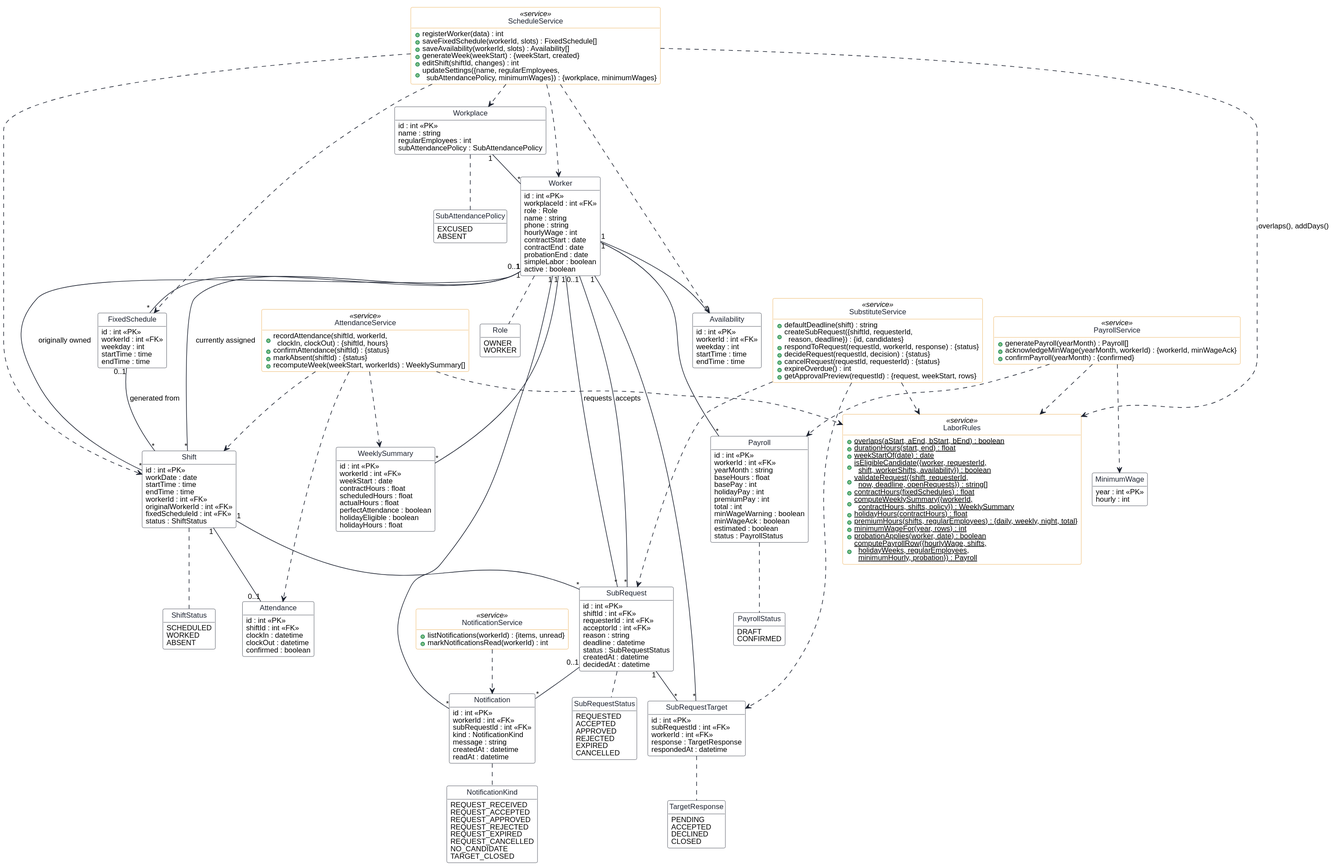
keemlogan/shiftswap keeps this PlantUML diagram as uml/class.svg. Above is the earlier version.
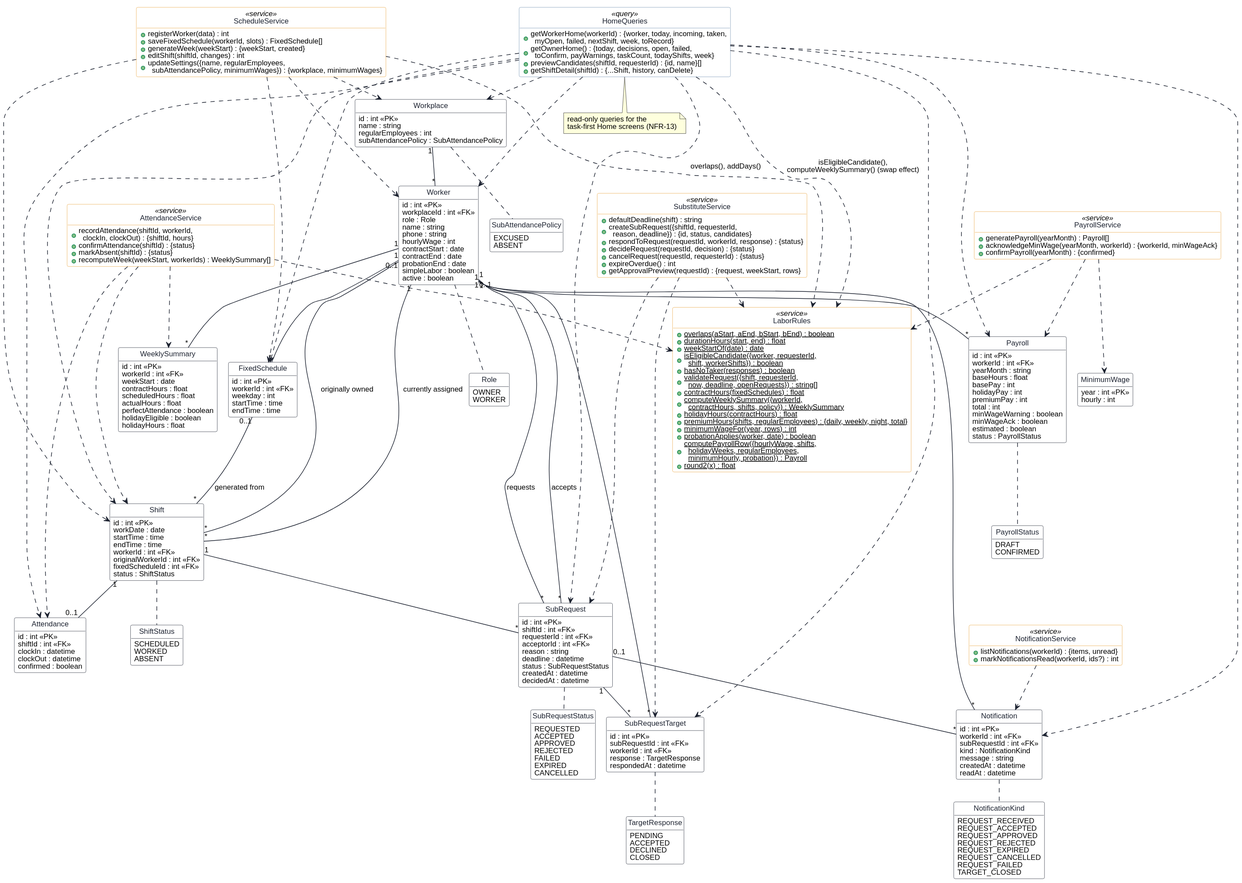
After the commit.

The edit, as a diff of the source:
```diff
@@ -13,6 +13,10 @@
 skinparam class<<service>> {
   BackgroundColor #FFFFFF
   BorderColor #E9A23B
+}
+skinparam class<<query>> {
+  BackgroundColor #FFFFFF
+  BorderColor #6B8CAE
 }
 hide circle
 hide empty members
@@ -35,6 +39,7 @@
   ACCEPTED
   APPROVED
   REJECTED
+  FAILED
   EXPIRED
   CANCELLED
 }
@@ -55,7 +60,7 @@
   REQUEST_REJECTED
   REQUEST_EXPIRED
   REQUEST_CANCELLED
-  NO_CANDIDATE
+  REQUEST_FAILED
   TARGET_CLOSED
 }
 
@@ -81,14 +86,6 @@
 }
 
 class FixedSchedule {
-  id : int <<PK>>
-  workerId : int <<FK>>
-  weekday : int
-  startTime : time
-  endTime : time
-}
-
-class Availability {
   id : int <<PK>>
   workerId : int <<FK>>
   weekday : int
@@ -180,7 +177,6 @@
 class ScheduleService <<service>> {
   +registerWorker(data) : int
   +saveFixedSchedule(workerId, slots) : FixedSchedule[]
-  +saveAvailability(workerId, slots) : Availability[]
   +generateWeek(weekStart) : {weekStart, created}
   +editShift(shiftId, changes) : int
   +updateSettings({name, regularEmployees,\n  subAttendancePolicy, minimumWages}) : {workplace, minimumWages}
@@ -188,7 +184,7 @@
 
 class SubstituteService <<service>> {
   +defaultDeadline(shift) : string
-  +createSubRequest({shiftId, requesterId,\n  reason, deadline}) : {id, candidates}
+  +createSubRequest({shiftId, requesterId,\n  reason, deadline}) : {id, status, candidates}
   +respondToRequest(requestId, workerId, response) : {status}
   +decideRequest(requestId, decision) : {status}
   +cancelRequest(requestId, requesterId) : {status}
@@ -211,14 +207,15 @@
 
 class NotificationService <<service>> {
   +listNotifications(workerId) : {items, unread}
-  +markNotificationsRead(workerId) : int
+  +markNotificationsRead(workerId, ids?) : int
 }
 
 class LaborRules <<service>> {
   +{static} overlaps(aStart, aEnd, bStart, bEnd) : boolean
   +{static} durationHours(start, end) : float
   +{static} weekStartOf(date) : date
-  +{static} isEligibleCandidate({worker, requesterId,\n  shift, workerShifts, availability}) : boolean
+  +{static} isEligibleCandidate({worker, requesterId,\n  shift, workerShifts}) : boolean
+  +{static} hasNoTaker(responses) : boolean
   +{static} validateRequest({shift, requesterId,\n  now, deadline, openRequests}) : string[]
   +{static} contractHours(fixedSchedules) : float
   +{static} computeWeeklySummary({workerId,\n  contractHours, shifts, policy}) : WeeklySummary
@@ -227,11 +224,19 @@
   +{static} minimumWageFor(year, rows) : int
   +{static} probationApplies(worker, date) : boolean
   +{static} computePayrollRow({hourlyWage, shifts,\n  holidayWeeks, regularEmployees,\n  minimumHourly, probation}) : Payroll
+  +{static} round2(x) : float
 }
+
+class HomeQueries <<query>> {
+  +getWorkerHome(workerId) : {worker, today, incoming, taken,\n  myOpen, failed, nextShift, week, toRecord}
+  +getOwnerHome() : {today, decisions, open, failed,\n  toConfirm, payWarnings, taskCount, todayShifts, week}
+  +previewCandidates(shiftId, requesterId) : {id, name}[]
+  +getShiftDetail(shiftId) : {...Shift, history, canDelete}
+}
+note bottom of HomeQueries : read-only queries for the\ntask-first Home screens (NFR-13)
 
 Workplace "1" -- "*" Worker
 Worker "1" -- "*" FixedSchedule
-Worker "1" -- "*" Availability
 Worker "1" -- "*" Shift : currently assigned >
 Worker "0..1" -- "*" Shift : originally owned >
 FixedSchedule "0..1" -- "*" Shift : generated from >
@@ -256,7 +261,6 @@
 
 ScheduleService ..> Worker
 ScheduleService ..> FixedSchedule
-ScheduleService ..> Availability
 ScheduleService ..> Shift
 ScheduleService ..> Workplace
 ScheduleService ..> LaborRules : overlaps(), addDays()
@@ -271,4 +275,14 @@
 PayrollService ..> MinimumWage
 PayrollService ..> LaborRules
 NotificationService ..> Notification
+HomeQueries ..> Worker
+HomeQueries ..> Workplace
+HomeQueries ..> Shift
+HomeQueries ..> SubRequest
+HomeQueries ..> SubRequestTarget
+HomeQueries ..> Attendance
+HomeQueries ..> Payroll
+HomeQueries ..> Notification
+HomeQueries ..> FixedSchedule
+HomeQueries ..> LaborRules : isEligibleCandidate(),\ncomputeWeeklySummary() (swap effect)
 @enduml
```
